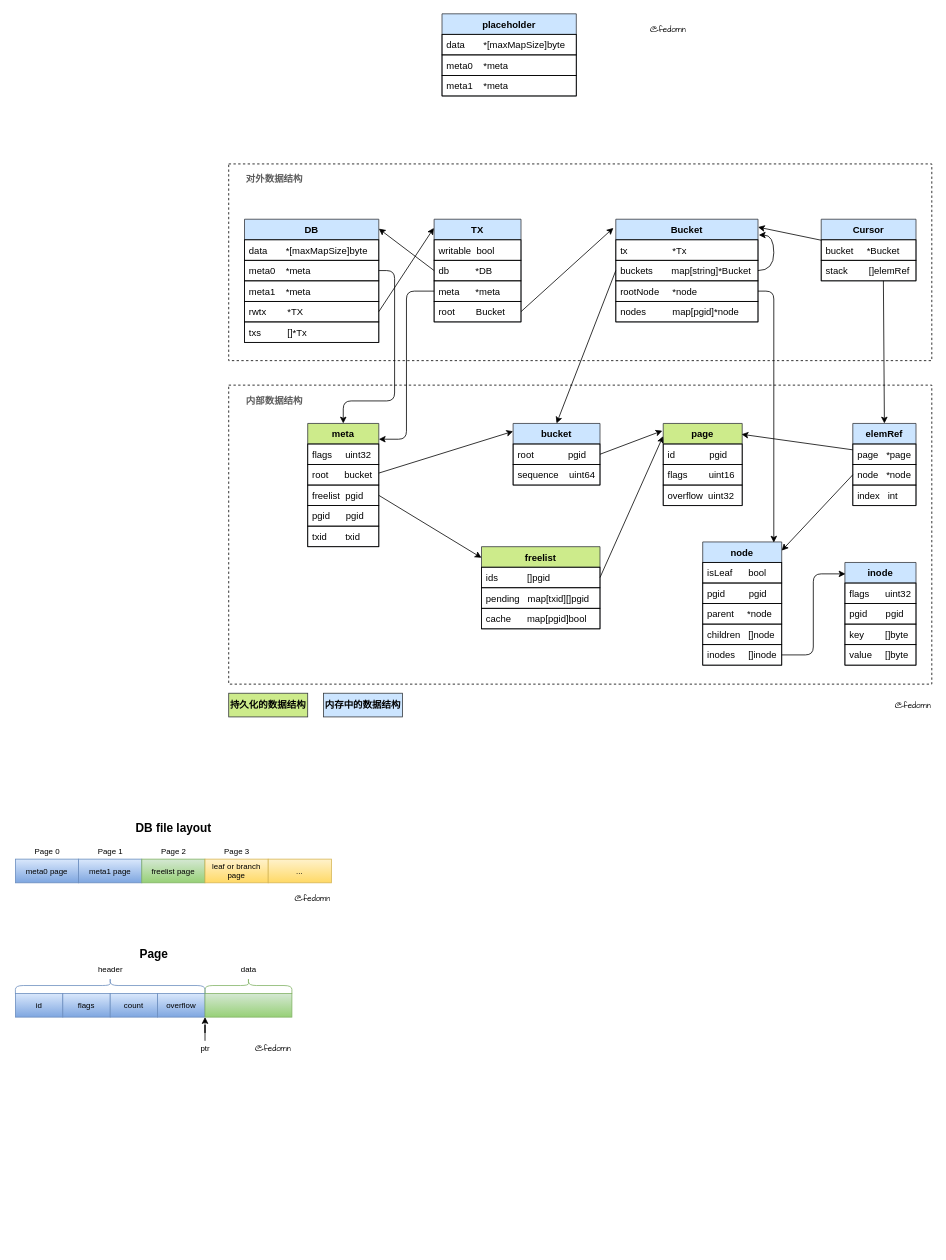
The draw.io diagram drawio/boltdb.drawio in Fedomn/misc-blog-assets, before the edit. Source tidied: cells renumbered, new cells numbered last; positions are measured from the earlier drawing's top-left corner, leaving out a move shared by most shapes. Both pictures are drawn from the tidied source at 79%, with x=0, y=0 at pixel (15, 13).
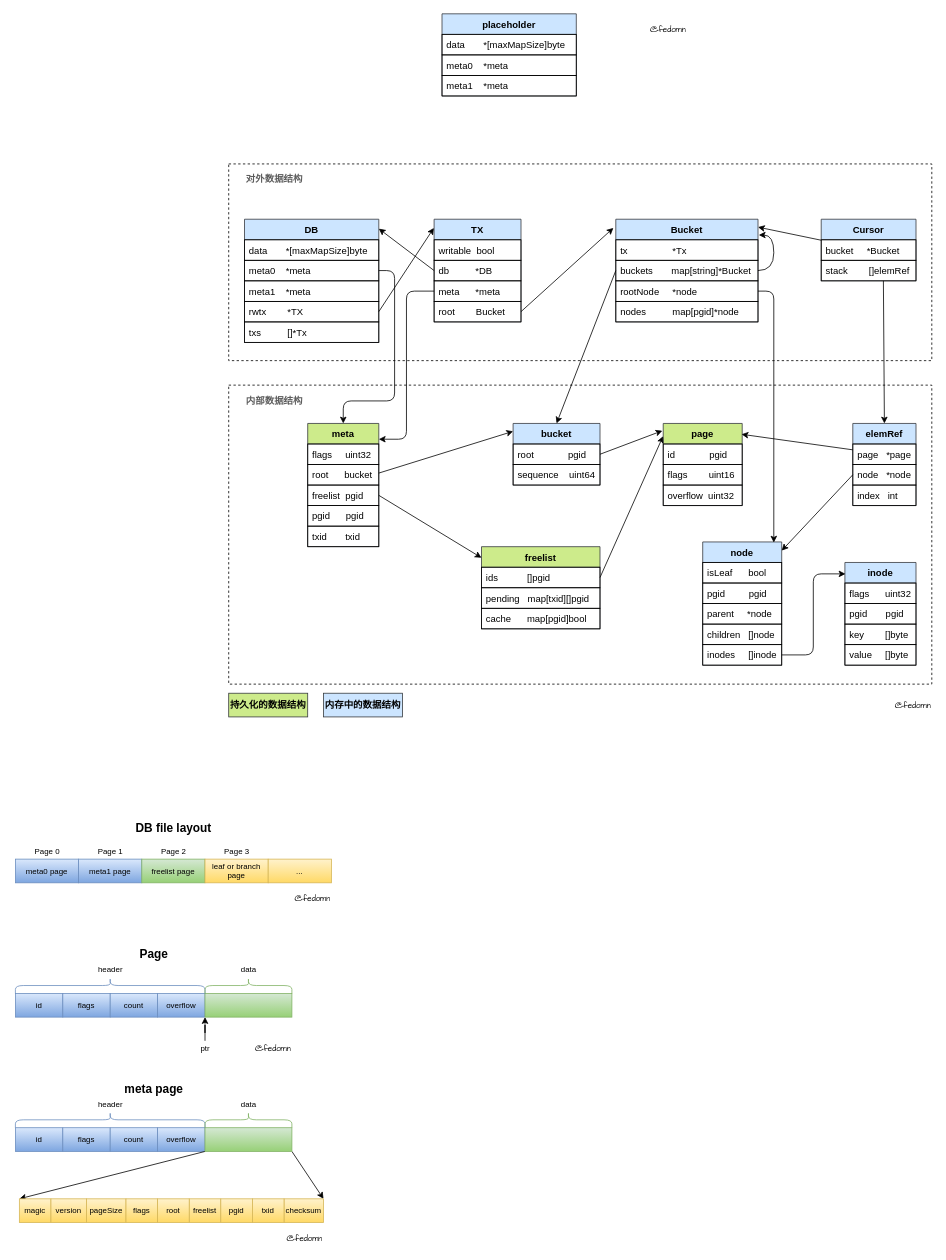
Above is the later version.

What changed in the source:
```diff
@@
+    <mxCell id="106" value="&lt;font&gt;id&lt;/font&gt;" style="whiteSpace=wrap;html=1;fontFamily=Helvetica;fontSize=10;align=center;fontStyle=0;fillColor=#dae8fc;strokeColor=#6c8ebf;gradientColor=#7ea6e0;" parent="1" vertex="1">
+      <mxGeometry y="1410" width="60" height="30" as="geometry" />
+    </mxCell>
+    <mxCell id="107" value="&lt;font&gt;flags&lt;br&gt;&lt;/font&gt;" style="whiteSpace=wrap;html=1;fontFamily=Helvetica;fontSize=10;align=center;fontStyle=0;fillColor=#dae8fc;strokeColor=#6c8ebf;gradientColor=#7ea6e0;" parent="1" vertex="1">
+      <mxGeometry x="60" y="1410" width="60" height="30" as="geometry" />
+    </mxCell>
+    <mxCell id="108" value="&lt;font&gt;count&lt;/font&gt;" style="whiteSpace=wrap;html=1;fontFamily=Helvetica;fontSize=10;align=center;fontStyle=0;fillColor=#dae8fc;strokeColor=#6c8ebf;gradientColor=#7ea6e0;" parent="1" vertex="1">
+      <mxGeometry x="120" y="1410" width="60" height="30" as="geometry" />
+    </mxCell>
+    <mxCell id="109" value="&lt;font&gt;overflow&lt;/font&gt;" style="whiteSpace=wrap;html=1;fontFamily=Helvetica;fontSize=10;align=center;fontStyle=0;fillColor=#dae8fc;strokeColor=#6c8ebf;gradientColor=#7ea6e0;" parent="1" vertex="1">
+      <mxGeometry x="180" y="1410" width="60" height="30" as="geometry" />
+    </mxCell>
+    <mxCell id="110" style="rounded=0;jettySize=auto;html=1;exitX=0;exitY=1;exitDx=0;exitDy=0;entryX=0;entryY=0;entryDx=0;entryDy=0;fontFamily=Helvetica;fontSize=9;" parent="1" edge="1" source="112" target="119">
+      <mxGeometry relative="1" as="geometry" />
+    </mxCell>
+    <mxCell id="111" style="edgeStyle=none;rounded=0;jettySize=auto;html=1;exitX=1;exitY=1;exitDx=0;exitDy=0;entryX=1;entryY=0;entryDx=0;entryDy=0;fontFamily=Helvetica;fontSize=9;" parent="1" edge="1" source="112" target="121">
+      <mxGeometry relative="1" as="geometry" />
+    </mxCell>
+    <mxCell id="112" style="whiteSpace=wrap;html=1;fontFamily=Helvetica;fontSize=10;align=center;fontStyle=0;fillColor=#d5e8d4;strokeColor=#82b366;gradientColor=#97d077;" parent="1" vertex="1">
+      <mxGeometry x="240" y="1410" width="110" height="30" as="geometry" />
+    </mxCell>
+    <mxCell id="113" style="shape=curlyBracket;whiteSpace=wrap;html=1;rounded=1;gradientColor=#7ea6e0;fontFamily=Helvetica;fontSize=10;align=center;rotation=90;fillColor=#dae8fc;strokeColor=#6c8ebf;" parent="1" vertex="1">
+      <mxGeometry x="110" y="1280" width="20" height="240" as="geometry" />
+    </mxCell>
+    <mxCell id="114" style="shape=curlyBracket;whiteSpace=wrap;html=1;rounded=1;gradientColor=#97d077;fontFamily=Helvetica;fontSize=10;align=center;rotation=90;fillColor=#d5e8d4;strokeColor=#82b366;" parent="1" vertex="1">
+      <mxGeometry x="285" y="1345" width="20" height="110" as="geometry" />
+    </mxCell>
+    <mxCell id="115" value="header" style="text;html=1;align=center;verticalAlign=middle;fillColor=none;strokeColor=none;rounded=0;fontFamily=Helvetica;fontSize=10;" parent="1" vertex="1">
+      <mxGeometry x="95" y="1370" width="50" height="20" as="geometry" />
+    </mxCell>
+    <mxCell id="116" value="data" style="text;html=1;align=center;verticalAlign=middle;fillColor=none;strokeColor=none;rounded=0;fontFamily=Helvetica;fontSize=10;" parent="1" vertex="1">
+      <mxGeometry x="280" y="1370" width="30" height="20" as="geometry" />
+    </mxCell>
+    <mxCell id="117" value="@fedomn" style="text;html=1;align=right;verticalAlign=middle;fillColor=none;strokeColor=none;rounded=0;fontStyle=0;fontFamily=Comic Sans MS;fontSize=10;" parent="1" vertex="1">
+      <mxGeometry x="330" y="1540" width="60" height="20" as="geometry" />
+    </mxCell>
+    <mxCell id="118" value="&lt;b&gt;&lt;font style=&quot;font-size: 15px&quot;&gt;meta page&lt;/font&gt;&lt;/b&gt;" style="text;html=1;align=center;verticalAlign=middle;fillColor=none;strokeColor=none;rounded=0;fontFamily=Helvetica;fontSize=10;" parent="1" vertex="1">
+      <mxGeometry x="130" y="1350" width="90" height="20" as="geometry" />
+    </mxCell>
+    <mxCell id="119" value="&lt;font&gt;magic&lt;/font&gt;" style="whiteSpace=wrap;html=1;fontFamily=Helvetica;fontSize=10;align=center;fontStyle=0;fillColor=#fff2cc;strokeColor=#d6b656;gradientColor=#ffd966;" parent="1" vertex="1">
+      <mxGeometry x="5" y="1500" width="40" height="30" as="geometry" />
+    </mxCell>
+    <mxCell id="120" value="&lt;font&gt;freelist&lt;/font&gt;" style="whiteSpace=wrap;html=1;fontFamily=Helvetica;fontSize=10;align=center;fontStyle=0;fillColor=#fff2cc;strokeColor=#d6b656;gradientColor=#ffd966;" parent="1" vertex="1">
+      <mxGeometry x="220" y="1500" width="40" height="30" as="geometry" />
+    </mxCell>
+    <mxCell id="121" value="&lt;font&gt;checksum&lt;/font&gt;" style="whiteSpace=wrap;html=1;fontFamily=Helvetica;fontSize=10;align=center;fontStyle=0;fillColor=#fff2cc;strokeColor=#d6b656;gradientColor=#ffd966;" parent="1" vertex="1">
+      <mxGeometry x="340" y="1500" width="50" height="30" as="geometry" />
+    </mxCell>
+    <mxCell id="122" value="&lt;font&gt;pageSize&lt;/font&gt;" style="whiteSpace=wrap;html=1;fontFamily=Helvetica;fontSize=10;align=center;fontStyle=0;fillColor=#fff2cc;strokeColor=#d6b656;gradientColor=#ffd966;" parent="1" vertex="1">
+      <mxGeometry x="90" y="1500" width="50" height="30" as="geometry" />
+    </mxCell>
+    <mxCell id="123" value="version" style="whiteSpace=wrap;html=1;fontFamily=Helvetica;fontSize=10;align=center;fontStyle=0;fillColor=#fff2cc;strokeColor=#d6b656;gradientColor=#ffd966;" parent="1" vertex="1">
+      <mxGeometry x="45" y="1500" width="45" height="30" as="geometry" />
+    </mxCell>
+    <mxCell id="124" value="&lt;font&gt;flags&lt;br&gt;&lt;/font&gt;" style="whiteSpace=wrap;html=1;fontFamily=Helvetica;fontSize=10;align=center;fontStyle=0;fillColor=#fff2cc;strokeColor=#d6b656;gradientColor=#ffd966;" parent="1" vertex="1">
+      <mxGeometry x="140" y="1500" width="40" height="30" as="geometry" />
+    </mxCell>
+    <mxCell id="125" value="&lt;font&gt;root&lt;br&gt;&lt;/font&gt;" style="whiteSpace=wrap;html=1;fontFamily=Helvetica;fontSize=10;align=center;fontStyle=0;fillColor=#fff2cc;strokeColor=#d6b656;gradientColor=#ffd966;" parent="1" vertex="1">
+      <mxGeometry x="180" y="1500" width="40" height="30" as="geometry" />
+    </mxCell>
+    <mxCell id="126" value="&lt;font&gt;pgid&lt;br&gt;&lt;/font&gt;" style="whiteSpace=wrap;html=1;fontFamily=Helvetica;fontSize=10;align=center;fontStyle=0;fillColor=#fff2cc;strokeColor=#d6b656;gradientColor=#ffd966;" parent="1" vertex="1">
+      <mxGeometry x="260" y="1500" width="40" height="30" as="geometry" />
+    </mxCell>
+    <mxCell id="127" value="&lt;font&gt;txid&lt;br&gt;&lt;/font&gt;" style="whiteSpace=wrap;html=1;fontFamily=Helvetica;fontSize=10;align=center;fontStyle=0;fillColor=#fff2cc;strokeColor=#d6b656;gradientColor=#ffd966;" parent="1" vertex="1">
+      <mxGeometry x="300" y="1500" width="40" height="30" as="geometry" />
+    </mxCell>
```
